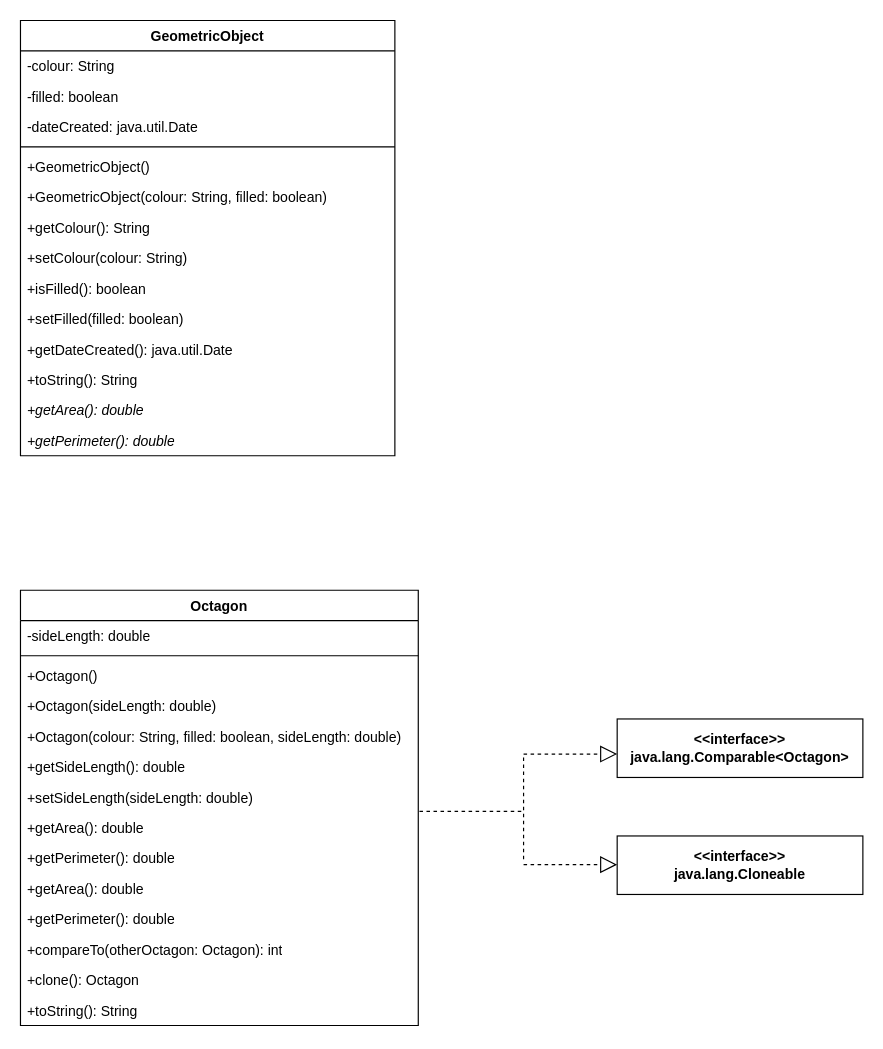
This is ITC206 Programming In Java/Assessment3/Task2/Java1 UML.drawio from Sam-WebP/CSU, a draw.io file, before an edit. Source tidied: cells renumbered, new cells numbered last; positions are measured from the earlier drawing's top-left corner, leaving out a move shared by most shapes. Both pictures are drawn from the tidied source at 117%, with x=0, y=0 at pixel (20, 20).
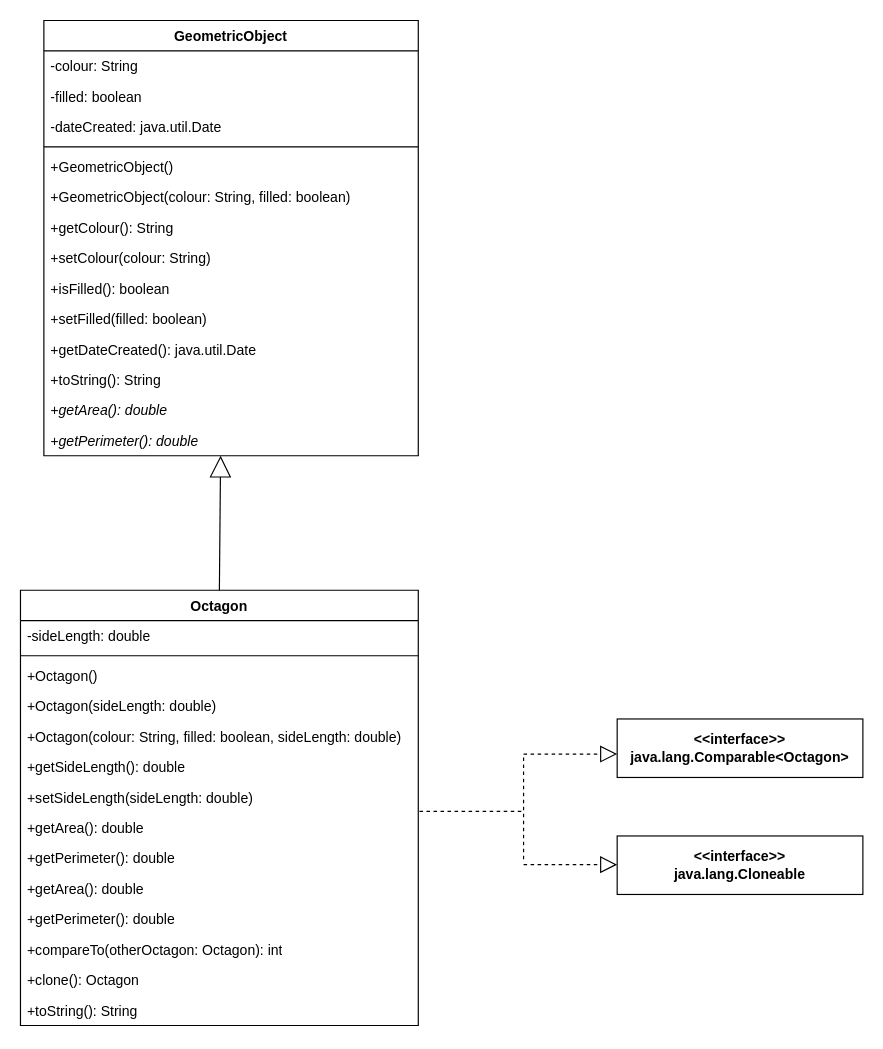
Above is the later version.

Unchanged cells that the change refers to:
```xml
<mxCell id="16" value="+getPerimeter(): double" style="text;strokeColor=none;fillColor=none;align=left;verticalAlign=top;spacingLeft=4;spacingRight=4;overflow=hidden;points=[[0,0.5],[1,0.5]];portConstraint=eastwest;whiteSpace=wrap;html=1;fontStyle=2;" parent="2" vertex="1">
  <mxGeometry y="346" width="320" height="26" as="geometry" />
</mxCell>
<mxCell id="17" value="Octagon" style="swimlane;fontStyle=1;align=center;verticalAlign=top;horizontal=1;startSize=26;whiteSpace=wrap;html=1;" parent="1" vertex="1">
  <mxGeometry y="487" width="340" height="372" as="geometry" />
</mxCell>
```

The edit, as a diff of the source:
```diff
@@
     <mxCell id="2" value="GeometricObject" style="swimlane;fontStyle=1;align=center;verticalAlign=top;horizontal=1;startSize=26;whiteSpace=wrap;html=1;" parent="1" vertex="1">
-      <mxGeometry width="320" height="372" as="geometry" />
+      <mxGeometry x="20" width="320" height="372" as="geometry" />
     </mxCell>
@@
+    <mxCell id="38" style="endArrow=block;endSize=16;endFill=0;html=1;rounded=0;exitX=0.5;exitY=0;exitDx=0;exitDy=0;entryX=0.472;entryY=1;entryDx=0;entryDy=0;entryPerimeter=0;" parent="1" edge="1" source="17" target="16">
+      <mxGeometry relative="1" as="geometry" />
+    </mxCell>
```
